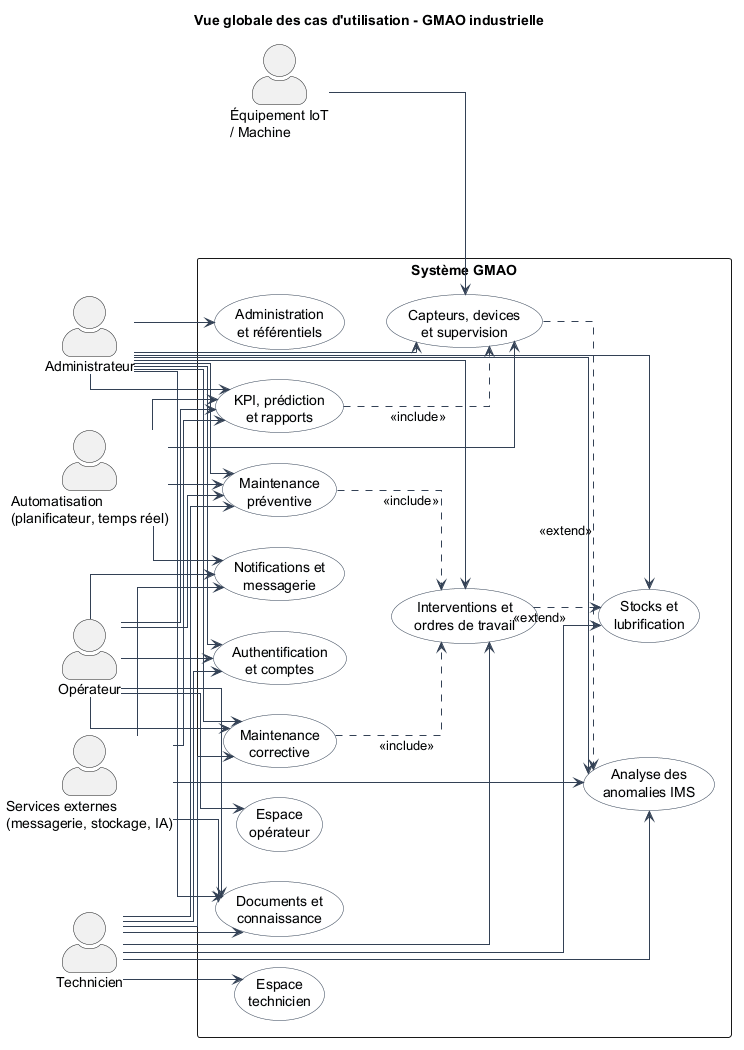
Above: figures/global-use-case-overview.png in balsemkhouniblossom/RapportDeStagePFE2026 (PlantUML), before the change. Source of this version:
```plantuml
@startuml
left to right direction
skinparam shadowing false
skinparam packageStyle rectangle
skinparam actorStyle awesome
skinparam linetype ortho
skinparam nodesep 30
skinparam ranksep 40
skinparam usecase {
  BackgroundColor #F8FAFC
  BorderColor #334155
  ArrowColor #334155
}

title Vue globale des cas d'utilisation - GMAO industrielle

actor "Administrateur" as Admin
actor "Opérateur" as Operator
actor "Technicien" as Technician
actor "Équipement IoT\n/ Machine" as Device
actor "Services externes\n(messagerie, stockage, IA)" as Services
actor "Automatisation\n(planificateur, temps réel)" as Automation

rectangle "Système GMAO" {
  usecase "Authentification\net comptes" as Auth
  usecase "Administration\net référentiels" as AdminRef
  usecase "Interventions et\nordres de travail" as WO
  usecase "Espace\nopérateur" as OperatorSpace
  usecase "Maintenance\npréventive" as Preventive
  usecase "Maintenance\ncorrective" as Corrective
  usecase "Espace\ntechnicien" as TechnicianSpace
  usecase "Stocks et\nlubrification" as Stock
  usecase "Documents et\nconnaissance" as Documents
  usecase "Notifications et\nmessagerie" as Notifications
  usecase "Capteurs, devices\net supervision" as Monitoring
  usecase "KPI, prédiction\net rapports" as KPI
  usecase "Analyse des\nanomalies IMS" as Anomalies
}

Admin --> Auth
Admin --> AdminRef
Admin --> WO
Admin --> Preventive
Admin --> Corrective
Admin --> Stock
Admin --> Documents
Admin --> Monitoring
Admin --> KPI
Admin --> Anomalies

Operator --> Auth
Operator --> OperatorSpace
Operator --> Preventive
Operator --> Corrective
Operator --> Documents
Operator --> Notifications
Operator --> KPI

Technician --> Auth
Technician --> TechnicianSpace
Technician --> WO
Technician --> Preventive
Technician --> Corrective
Technician --> Stock
Technician --> Documents
Technician --> Anomalies

Device --> Monitoring
Services --> Documents
Services --> Notifications
Services --> KPI
Services --> Anomalies
Automation --> Preventive
Automation --> Notifications
Automation --> Monitoring
Automation --> KPI

Preventive ..> WO : <<include>>
Corrective ..> WO : <<include>>
WO ..> Stock : <<extend>>
Monitoring ..> Anomalies : <<extend>>
KPI ..> Monitoring : <<include>>
@enduml
```
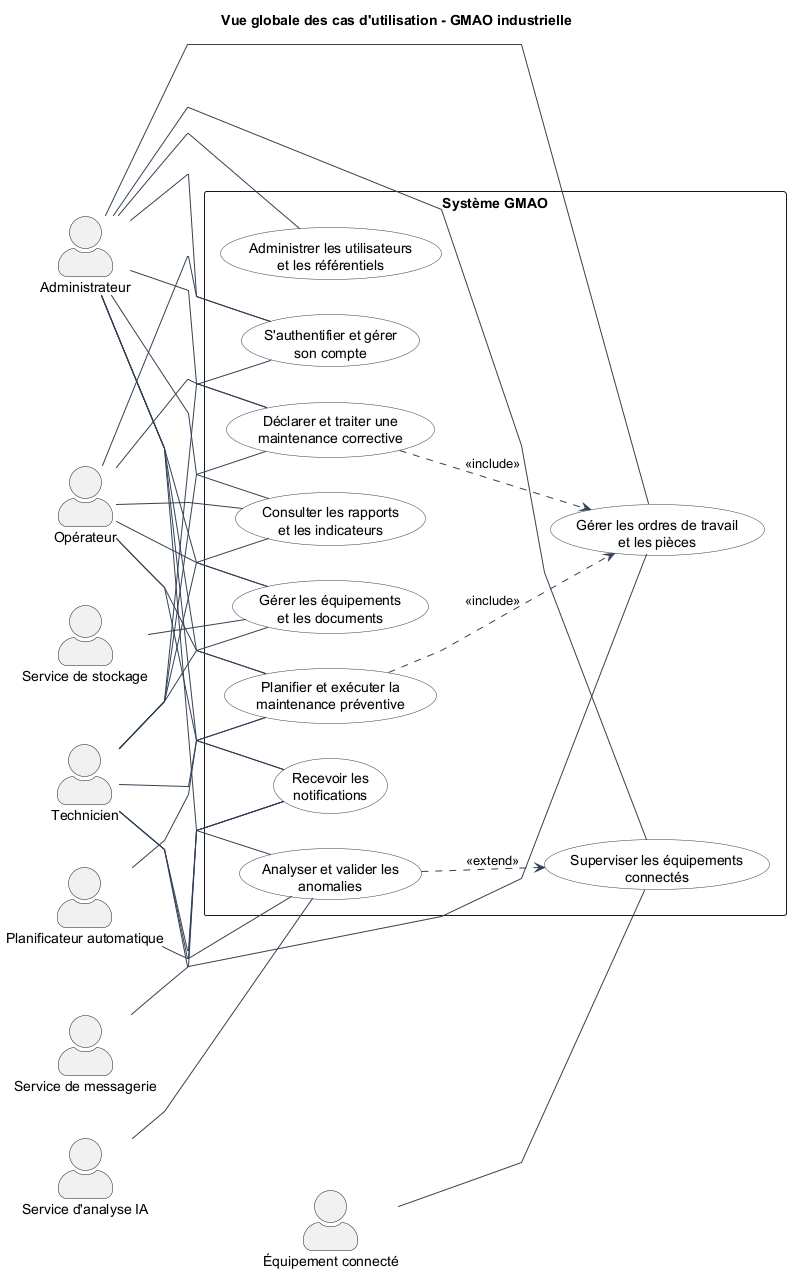
The same diagram one commit later.

Commit message:
Update use case and class diagrams, enhance descriptions, and add UML reference

Diff of the diagram source:
```diff
@@ -3,9 +3,9 @@
 skinparam shadowing false
 skinparam packageStyle rectangle
 skinparam actorStyle awesome
-skinparam linetype ortho
-skinparam nodesep 30
-skinparam ranksep 40
+skinparam linetype polyline
+skinparam nodesep 35
+skinparam ranksep 45
 skinparam usecase {
   BackgroundColor #F8FAFC
   BorderColor #334155
@@ -17,67 +17,60 @@
 actor "Administrateur" as Admin
 actor "Opérateur" as Operator
 actor "Technicien" as Technician
-actor "Équipement IoT\n/ Machine" as Device
-actor "Services externes\n(messagerie, stockage, IA)" as Services
-actor "Automatisation\n(planificateur, temps réel)" as Automation
+actor "Équipement connecté" as Device
+actor "Service de messagerie" as Mail
+actor "Service de stockage" as Storage
+actor "Service d'analyse IA" as AI
+actor "Planificateur automatique" as Scheduler
 
 rectangle "Système GMAO" {
-  usecase "Authentification\net comptes" as Auth
-  usecase "Administration\net référentiels" as AdminRef
-  usecase "Interventions et\nordres de travail" as WO
-  usecase "Espace\nopérateur" as OperatorSpace
-  usecase "Maintenance\npréventive" as Preventive
-  usecase "Maintenance\ncorrective" as Corrective
-  usecase "Espace\ntechnicien" as TechnicianSpace
-  usecase "Stocks et\nlubrification" as Stock
-  usecase "Documents et\nconnaissance" as Documents
-  usecase "Notifications et\nmessagerie" as Notifications
-  usecase "Capteurs, devices\net supervision" as Monitoring
-  usecase "KPI, prédiction\net rapports" as KPI
-  usecase "Analyse des\nanomalies IMS" as Anomalies
+ usecase "S'authentifier et gérer\nson compte" as Auth
+ usecase "Administrer les utilisateurs\net les référentiels" as AdminRef
+ usecase "Gérer les équipements\net les documents" as Assets
+ usecase "Planifier et exécuter la\nmaintenance préventive" as Preventive
+ usecase "Déclarer et traiter une\nmaintenance corrective" as Corrective
+ usecase "Gérer les ordres de travail\net les pièces" as WO
+ usecase "Consulter les rapports\net les indicateurs" as Reporting
+ usecase "Recevoir les\nnotifications" as Notifications
+ usecase "Superviser les équipements\nconnectés" as Monitoring
+ usecase "Analyser et valider les\nanomalies" as Anomalies
 }
 
-Admin --> Auth
-Admin --> AdminRef
-Admin --> WO
-Admin --> Preventive
-Admin --> Corrective
-Admin --> Stock
-Admin --> Documents
-Admin --> Monitoring
-Admin --> KPI
-Admin --> Anomalies
+Admin -- Auth
+Admin -- AdminRef
+Admin -- Assets
+Admin -- Preventive
+Admin -- Corrective
+Admin -- WO
+Admin -- Reporting
+Admin -- Notifications
+Admin -- Monitoring
+Admin -- Anomalies
 
-Operator --> Auth
-Operator --> OperatorSpace
-Operator --> Preventive
-Operator --> Corrective
-Operator --> Documents
-Operator --> Notifications
-Operator --> KPI
+Operator -- Auth
+Operator -- Assets
+Operator -- Preventive
+Operator -- Corrective
+Operator -- Reporting
+Operator -- Notifications
 
-Technician --> Auth
-Technician --> TechnicianSpace
-Technician --> WO
-Technician --> Preventive
-Technician --> Corrective
-Technician --> Stock
-Technician --> Documents
-Technician --> Anomalies
+Technician -- Auth
+Technician -- Assets
+Technician -- Preventive
+Technician -- Corrective
+Technician -- WO
+Technician -- Reporting
+Technician -- Notifications
+Technician -- Anomalies
 
-Device --> Monitoring
-Services --> Documents
-Services --> Notifications
-Services --> KPI
-Services --> Anomalies
-Automation --> Preventive
-Automation --> Notifications
-Automation --> Monitoring
-Automation --> KPI
+Device -- Monitoring
+Mail -- Notifications
+Storage -- Assets
+AI -- Anomalies
+Scheduler -- Preventive
+Scheduler -- Notifications
 
+Corrective ..> WO : <<include>>
 Preventive ..> WO : <<include>>
-Corrective ..> WO : <<include>>
-WO ..> Stock : <<extend>>
-Monitoring ..> Anomalies : <<extend>>
-KPI ..> Monitoring : <<include>>
+Anomalies ..> Monitoring : <<extend>>
 @enduml
```
